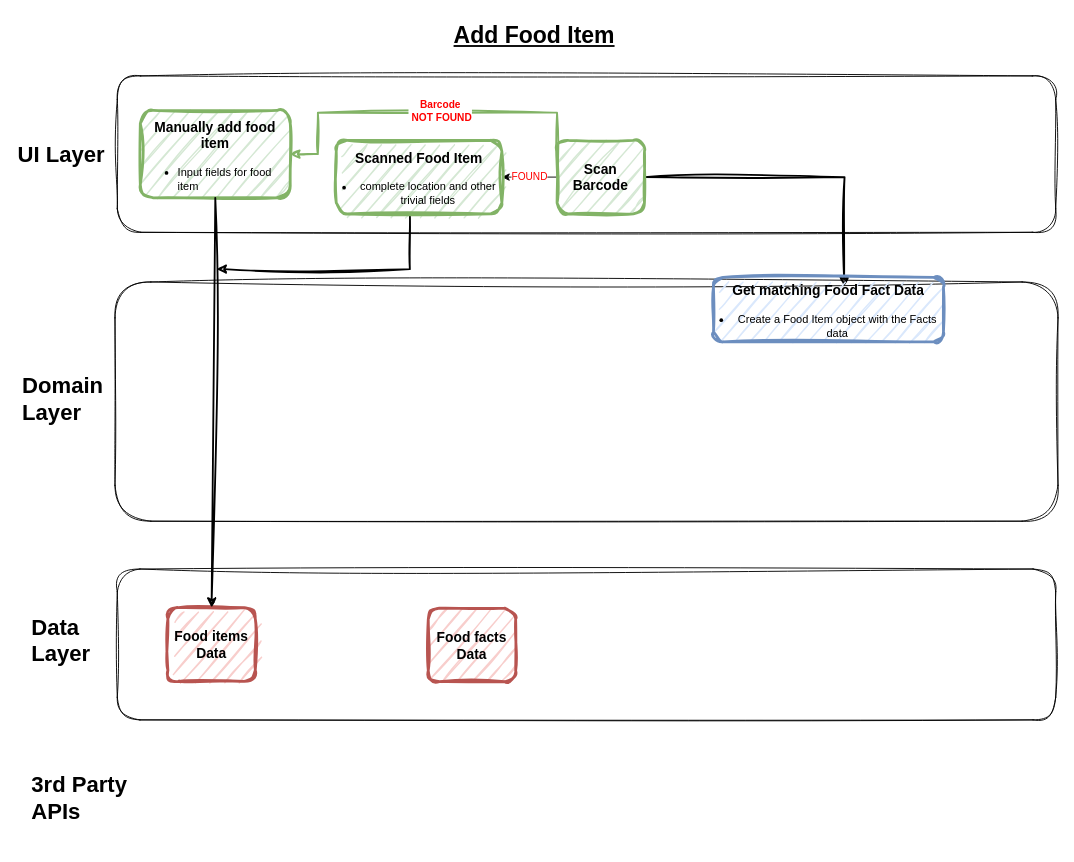
The draw.io diagram page "Add Food" (3 of 4) of ArchitectureDiagram.drawio in commit-crimes/shelf-life, before the edit. Source tidied: cells renumbered, new cells numbered last; positions are measured from the earlier drawing's top-left corner, leaving out a move shared by most shapes. Both pictures are drawn from the tidied source at 92%, with x=0, y=0 at pixel (16, 16).
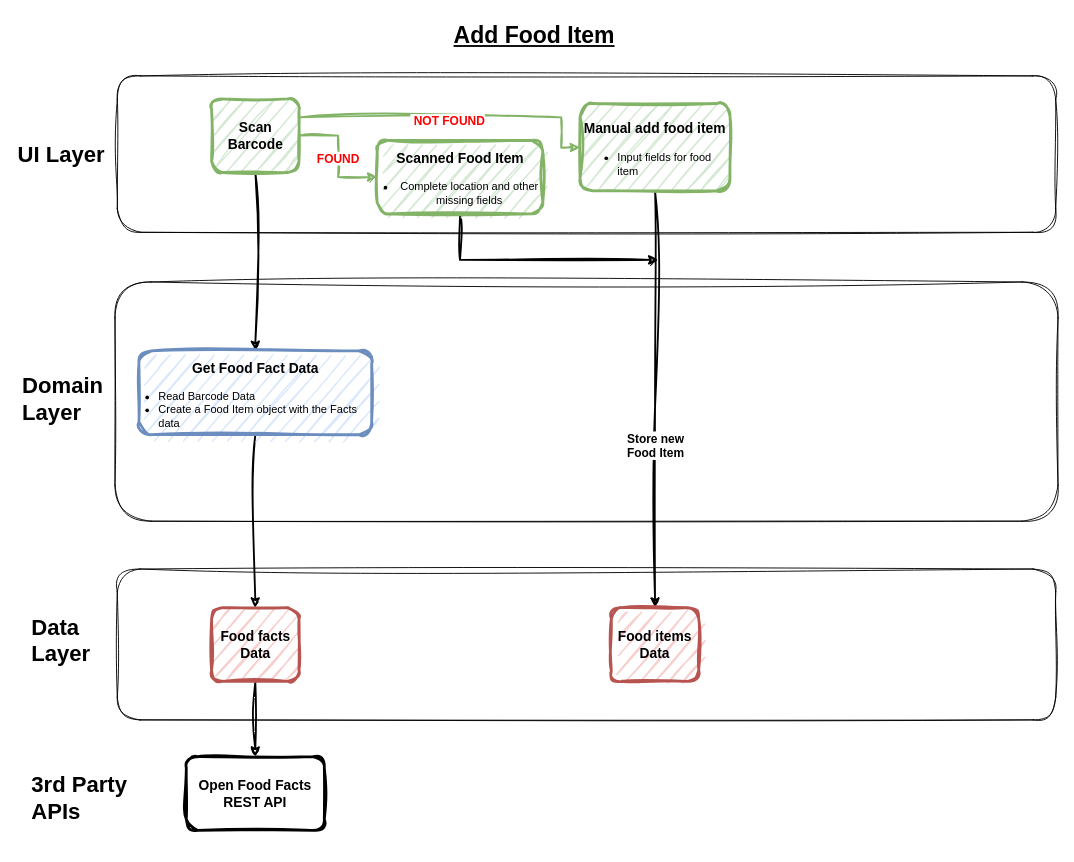
Above is the later version.

Diff of the diagram source:
```diff
@@
+    <mxCell id="10" style="edgeStyle=orthogonalEdgeStyle;rounded=0;jettySize=auto;html=1;strokeWidth=2;sketch=1;curveFitting=1;jiggle=2;entryX=0.5;entryY=0;entryDx=0;entryDy=0;exitX=0.5;exitY=1;exitDx=0;exitDy=0;" parent="1" edge="1" source="8" target="9">
+      <mxGeometry relative="1" as="geometry">
+        <Array as="points">
+          <mxPoint x="695" y="425" />
+          <mxPoint x="695" y="425" />
+        </Array>
+      </mxGeometry>
+    </mxCell>
+    <mxCell id="23" value="&lt;b style=&quot;font-size: 13px;&quot;&gt;&lt;font style=&quot;font-size: 13px;&quot;&gt;Store new&lt;/font&gt;&lt;/b&gt;&lt;div style=&quot;font-size: 13px;&quot;&gt;&lt;b style=&quot;&quot;&gt;&lt;font style=&quot;font-size: 13px;&quot;&gt;Food Item&lt;/font&gt;&lt;/b&gt;&lt;/div&gt;" style="edgeLabel;html=1;align=center;verticalAlign=middle;" parent="10" vertex="1">
+      <mxGeometry x="0.22" y="3" relative="1" as="geometry">
+        <mxPoint x="-3" as="offset" />
+      </mxGeometry>
+    </mxCell>
-    <mxCell id="8" value="&lt;h3 style=&quot;font-size: 15px;&quot;&gt;Manually add food item&lt;/h3&gt;&lt;div style=&quot;text-align: left;&quot;&gt;&lt;ul&gt;&lt;li&gt;Input fields for food item&lt;/li&gt;&lt;/ul&gt;&lt;/div&gt;" style="rounded=1;whiteSpace=wrap;html=1;fillColor=#d5e8d4;strokeColor=#82b366;fillStyle=hatch;strokeWidth=3;perimeterSpacing=0;sketch=1;curveFitting=1;jiggle=2;" parent="1" vertex="1">
-      <mxGeometry x="135" y="102.5" width="163" height="95" as="geometry" />
+    <mxCell id="8" value="&lt;h3 style=&quot;font-size: 15px;&quot;&gt;Manual add food item&lt;/h3&gt;&lt;div style=&quot;text-align: left;&quot;&gt;&lt;ul&gt;&lt;li&gt;Input fields for food item&lt;/li&gt;&lt;/ul&gt;&lt;/div&gt;" style="rounded=1;whiteSpace=wrap;html=1;fillColor=#d5e8d4;strokeColor=#82b366;fillStyle=hatch;strokeWidth=3;perimeterSpacing=0;sketch=1;curveFitting=1;jiggle=2;" parent="1" vertex="1">
+      <mxGeometry x="613" y="95" width="163" height="95" as="geometry" />
     </mxCell>
     <mxCell id="9" value="&lt;h3 style=&quot;font-size: 15px;&quot;&gt;Food items Data&lt;/h3&gt;" style="rounded=1;whiteSpace=wrap;html=1;fillColor=#f8cecc;strokeColor=#b85450;fillStyle=hatch;strokeWidth=3;perimeterSpacing=0;sketch=1;curveFitting=1;jiggle=2;" parent="1" vertex="1">
-      <mxGeometry x="165" y="643" width="95" height="80" as="geometry" />
+      <mxGeometry x="647" y="643" width="95" height="80" as="geometry" />
     </mxCell>
-    <mxCell id="10" style="endArrow=classic;html=1;rounded=0;entryX=0.5;entryY=0;entryDx=0;entryDy=0;spacingTop=0;fontSize=1;horizontal=1;strokeWidth=2;endSize=6;startSize=5;jumpSize=6;sketch=1;curveFitting=1;jiggle=2;exitX=0.5;exitY=1;exitDx=0;exitDy=0;sourcePerimeterSpacing=0;" parent="1" edge="1" source="8" target="9">
-      <mxGeometry relative="1" as="geometry" />
-    </mxCell>
@@
-    <mxCell id="13" style="edgeStyle=orthogonalEdgeStyle;rounded=0;jettySize=auto;html=1;entryX=0.5;entryY=0;entryDx=0;entryDy=0;strokeWidth=2;sketch=1;curveFitting=1;jiggle=2;" parent="1" edge="1" source="16">
-      <mxGeometry relative="1" as="geometry">
-        <mxPoint x="900" y="294" as="targetPoint" />
-      </mxGeometry>
-    </mxCell>
-    <mxCell id="14" style="edgeStyle=orthogonalEdgeStyle;rounded=0;jettySize=auto;html=1;entryX=1;entryY=0.5;entryDx=0;entryDy=0;" parent="1" edge="1" source="16" target="22">
+    <mxCell id="14" style="edgeStyle=orthogonalEdgeStyle;rounded=0;jettySize=auto;html=1;entryX=0;entryY=0.5;entryDx=0;entryDy=0;strokeColor=#82B366;strokeWidth=2;sketch=1;curveFitting=1;jiggle=2;" parent="1" edge="1" source="16" target="22">
       <mxGeometry relative="1" as="geometry" />
     </mxCell>
-    <mxCell id="15" value="&lt;font color=&quot;#ff0000&quot;&gt;FOUND&lt;/font&gt;" style="edgeLabel;html=1;align=center;verticalAlign=middle;" parent="14" vertex="1">
+    <mxCell id="15" value="&lt;font size=&quot;1&quot; style=&quot;&quot; color=&quot;#ff0000&quot;&gt;&lt;b style=&quot;font-size: 13px;&quot;&gt;FOUND&lt;/b&gt;&lt;/font&gt;" style="edgeLabel;html=1;align=center;verticalAlign=middle;" parent="14" vertex="1">
       <mxGeometry x="0.03" y="-1" relative="1" as="geometry" />
     </mxCell>
+    <mxCell id="24" style="edgeStyle=orthogonalEdgeStyle;rounded=0;jettySize=auto;html=1;entryX=0.5;entryY=0;entryDx=0;entryDy=0;strokeWidth=2;sketch=1;curveFitting=1;jiggle=2;" parent="1" edge="1" source="16" target="20">
+      <mxGeometry relative="1" as="geometry" />
+    </mxCell>
     <mxCell id="16" value="&lt;h3 style=&quot;font-size: 15px;&quot;&gt;Scan Barcode&lt;/h3&gt;" style="rounded=1;whiteSpace=wrap;html=1;fillColor=#d5e8d4;strokeColor=#82b366;fillStyle=hatch;strokeWidth=3;perimeterSpacing=0;sketch=1;curveFitting=1;jiggle=2;" parent="1" vertex="1">
-      <mxGeometry x="588" y="135" width="95" height="80" as="geometry" />
+      <mxGeometry x="212.5" y="90" width="95" height="80" as="geometry" />
     </mxCell>
+    <mxCell id="25" style="edgeStyle=orthogonalEdgeStyle;rounded=0;jettySize=auto;html=1;strokeWidth=2;sketch=1;curveFitting=1;jiggle=2;" parent="1" edge="1" source="17" target="28">
+      <mxGeometry relative="1" as="geometry" />
+    </mxCell>
     <mxCell id="17" value="&lt;h3 style=&quot;font-size: 15px;&quot;&gt;Food facts Data&lt;/h3&gt;" style="rounded=1;whiteSpace=wrap;html=1;fillColor=#f8cecc;strokeColor=#b85450;fillStyle=hatch;strokeWidth=3;perimeterSpacing=0;sketch=1;curveFitting=1;jiggle=2;align=center;" parent="1" vertex="1">
-      <mxGeometry x="448" y="643.5" width="95" height="80" as="geometry" />
+      <mxGeometry x="212.5" y="643" width="95" height="80" as="geometry" />
     </mxCell>
-    <mxCell id="18" style="edgeStyle=orthogonalEdgeStyle;rounded=0;jettySize=auto;html=1;exitX=0;exitY=0.5;exitDx=0;exitDy=0;entryX=1;entryY=0.5;entryDx=0;entryDy=0;fillColor=#d5e8d4;strokeColor=#82b366;strokeWidth=2;sketch=1;curveFitting=1;jiggle=2;" parent="1" edge="1" source="16" target="8">
+    <mxCell id="18" style="rounded=0;jettySize=auto;html=1;exitX=1;exitY=0.25;exitDx=0;exitDy=0;fillColor=#d5e8d4;strokeColor=#82b366;strokeWidth=2;sketch=1;curveFitting=1;jiggle=2;entryX=0;entryY=0.5;entryDx=0;entryDy=0;" parent="1" edge="1" source="16" target="8">
       <mxGeometry relative="1" as="geometry">
         <Array as="points">
-          <mxPoint x="328" y="105" />
-          <mxPoint x="328" y="150" />
+          <mxPoint x="592.5" y="110" />
+          <mxPoint x="592.5" y="143" />
         </Array>
       </mxGeometry>
     </mxCell>
-    <mxCell id="19" value="&lt;b&gt;&lt;font color=&quot;#ff0000&quot;&gt;Barcode&lt;/font&gt;&lt;/b&gt;&lt;div&gt;&lt;b&gt;&lt;font color=&quot;#ff0000&quot;&gt;&amp;nbsp;NOT FOUND&lt;/font&gt;&lt;/b&gt;&lt;/div&gt;" style="edgeLabel;html=1;align=center;verticalAlign=middle;" parent="18" vertex="1">
-      <mxGeometry x="-0.02" y="-3" relative="1" as="geometry" />
+    <mxCell id="19" value="&lt;div style=&quot;font-size: 13px;&quot;&gt;&lt;b style=&quot;font-size: 13px;&quot;&gt;&lt;font style=&quot;font-size: 13px;&quot; color=&quot;#ff0000&quot;&gt;&amp;nbsp;NOT FOUND&lt;/font&gt;&lt;/b&gt;&lt;/div&gt;" style="edgeLabel;html=1;align=center;verticalAlign=middle;fontSize=13;" parent="18" vertex="1">
+      <mxGeometry x="-0.02" y="-3" relative="1" as="geometry">
+        <mxPoint x="-5" as="offset" />
+      </mxGeometry>
     </mxCell>
+    <mxCell id="26" style="edgeStyle=orthogonalEdgeStyle;rounded=0;jettySize=auto;html=1;entryX=0.5;entryY=0;entryDx=0;entryDy=0;strokeWidth=2;sketch=1;curveFitting=1;jiggle=2;" parent="1" edge="1" source="20" target="17">
+      <mxGeometry relative="1" as="geometry" />
+    </mxCell>
-    <mxCell id="20" value="&lt;h3 style=&quot;font-size: 15px;&quot;&gt;Get matching Food Fact Data&lt;/h3&gt;&lt;div&gt;&lt;ul style=&quot;padding-left: 20px;&quot;&gt;&lt;li&gt;Create a Food Item object with the Facts data&lt;/li&gt;&lt;/ul&gt;&lt;/div&gt;" style="rounded=1;whiteSpace=wrap;html=1;fillColor=#dae8fc;strokeColor=#6c8ebf;fillStyle=hatch;strokeWidth=3;perimeterSpacing=0;sketch=1;curveFitting=1;jiggle=2;align=center;" parent="1" vertex="1">
-      <mxGeometry x="758" y="284" width="250" height="70" as="geometry" />
+    <mxCell id="20" value="&lt;h3 style=&quot;font-size: 15px;&quot;&gt;Get Food Fact Data&lt;/h3&gt;&lt;div&gt;&lt;ul style=&quot;padding-left: 20px;&quot;&gt;&lt;li style=&quot;text-align: left;&quot;&gt;Read Barcode Data&lt;/li&gt;&lt;li style=&quot;text-align: left;&quot;&gt;Create a Food Item object with the Facts data&lt;/li&gt;&lt;/ul&gt;&lt;/div&gt;" style="rounded=1;whiteSpace=wrap;html=1;fillColor=#dae8fc;strokeColor=#6c8ebf;fillStyle=hatch;strokeWidth=3;perimeterSpacing=0;sketch=1;curveFitting=1;jiggle=2;align=center;" parent="1" vertex="1">
+      <mxGeometry x="133.5" y="364" width="253" height="91" as="geometry" />
     </mxCell>
-    <mxCell id="21" style="edgeStyle=orthogonalEdgeStyle;rounded=0;jettySize=auto;html=1;exitX=0.5;exitY=1;exitDx=0;exitDy=0;strokeWidth=2;sketch=1;curveFitting=1;jiggle=2;" parent="1" edge="1" source="22">
-      <mxGeometry relative="1" as="geometry">
-        <mxPoint x="218" y="275" as="targetPoint" />
-        <Array as="points">
-          <mxPoint x="428" y="275" />
-        </Array>
-      </mxGeometry>
-    </mxCell>
+    <mxCell id="27" style="edgeStyle=orthogonalEdgeStyle;rounded=0;jettySize=auto;html=1;exitX=0.5;exitY=1;exitDx=0;exitDy=0;strokeWidth=2;sketch=1;curveFitting=1;jiggle=2;" parent="1" edge="1" source="22">
+      <mxGeometry relative="1" as="geometry">
+        <mxPoint x="698" y="265" as="targetPoint" />
+        <Array as="points">
+          <mxPoint x="482.5" y="265" />
+        </Array>
+      </mxGeometry>
+    </mxCell>
-    <mxCell id="22" value="&lt;h3 style=&quot;font-size: 15px;&quot;&gt;Scanned Food Item&lt;/h3&gt;&lt;div&gt;&lt;ul style=&quot;padding-left: 20px;&quot;&gt;&lt;li&gt;complete location and other trivial fields&lt;/li&gt;&lt;/ul&gt;&lt;/div&gt;" style="rounded=1;whiteSpace=wrap;html=1;fillColor=#d5e8d4;strokeColor=#82b366;fillStyle=hatch;strokeWidth=3;perimeterSpacing=0;sketch=1;curveFitting=1;jiggle=2;" parent="1" vertex="1">
-      <mxGeometry x="348" y="135" width="180" height="80" as="geometry" />
+    <mxCell id="22" value="&lt;h3 style=&quot;font-size: 15px;&quot;&gt;Scanned Food Item&lt;/h3&gt;&lt;div&gt;&lt;ul style=&quot;padding-left: 20px;&quot;&gt;&lt;li&gt;Complete location and other missing fields&lt;/li&gt;&lt;/ul&gt;&lt;/div&gt;" style="rounded=1;whiteSpace=wrap;html=1;fillColor=#d5e8d4;strokeColor=#82b366;fillStyle=hatch;strokeWidth=3;perimeterSpacing=0;sketch=1;curveFitting=1;jiggle=2;" parent="1" vertex="1">
+      <mxGeometry x="392.5" y="135" width="180" height="80" as="geometry" />
     </mxCell>
+    <mxCell id="28" value="&lt;h3 style=&quot;font-size: 15px;&quot;&gt;Open Food Facts REST API&lt;/h3&gt;" style="rounded=1;whiteSpace=wrap;html=1;fillStyle=hatch;strokeWidth=3;perimeterSpacing=0;sketch=1;curveFitting=1;jiggle=2;" parent="1" vertex="1">
+      <mxGeometry x="185" y="805" width="150" height="80" as="geometry" />
+    </mxCell>
```
